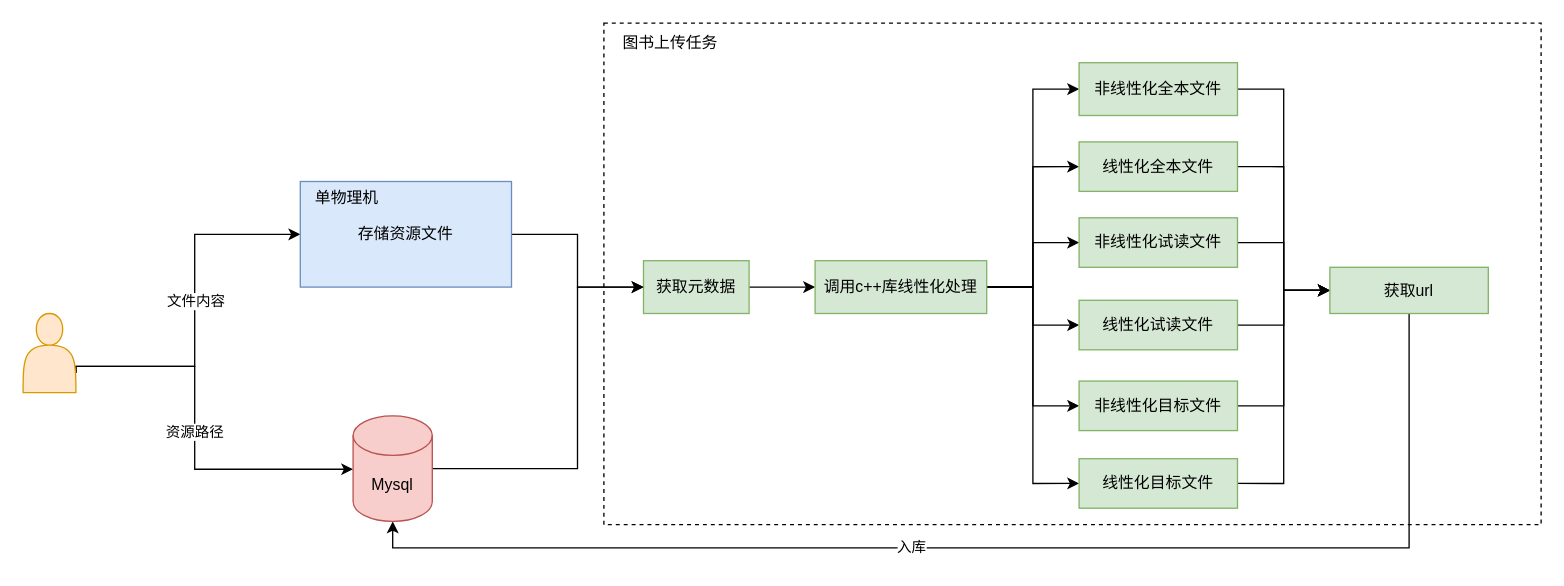
Earlier version of the draw.io diagram 图书上传任务流程.drawio (Floweryu/my-diagrams). Source tidied: cells renumbered, new cells numbered last; positions are measured from the earlier drawing's top-left corner, leaving out a move shared by most shapes. Both pictures are drawn from the tidied source at 132%, with x=0, y=0 at pixel (22, 22).
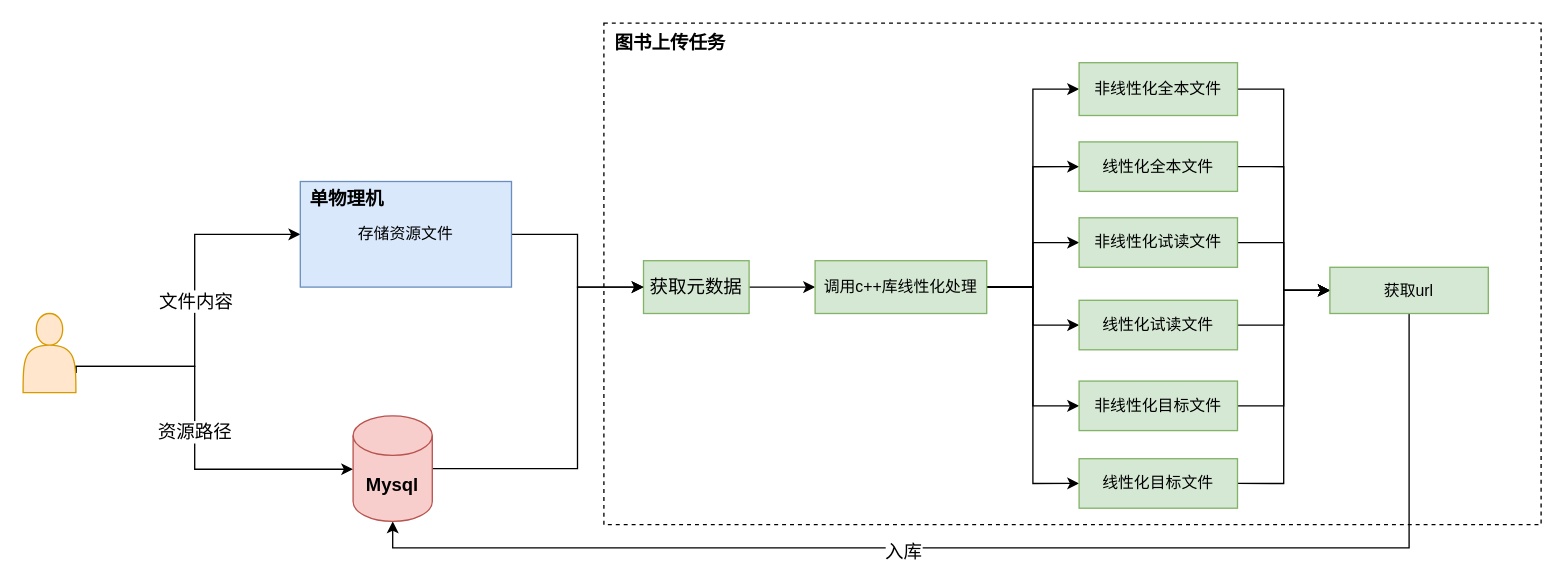
Above is the later version.

Commit message (it also covers changes not shown here):
更新图书上传任务流程.drawio

The change refers to these unchanged cells:
```xml
<mxCell id="3" style="edgeStyle=orthogonalEdgeStyle;rounded=0;jettySize=auto;html=1;exitX=1;exitY=0.75;exitDx=0;exitDy=0;entryX=0;entryY=0.5;entryDx=0;entryDy=0;" parent="1" edge="1" source="7" target="35">
  <mxGeometry relative="1" as="geometry">
    <Array as="points">
      <mxPoint x="40" y="260" />
      <mxPoint x="130" y="260" />
      <mxPoint x="130" y="160" />
    </Array>
  </mxGeometry>
</mxCell>
<mxCell id="5" style="edgeStyle=orthogonalEdgeStyle;rounded=0;jettySize=auto;html=1;exitX=1;exitY=0.75;exitDx=0;exitDy=0;" parent="1" edge="1" source="7" target="33">
  <mxGeometry relative="1" as="geometry">
    <Array as="points">
      <mxPoint x="40" y="260" />
      <mxPoint x="130" y="260" />
      <mxPoint x="130" y="338" />
    </Array>
  </mxGeometry>
</mxCell>
<mxCell id="29" style="edgeStyle=orthogonalEdgeStyle;rounded=0;jettySize=auto;html=1;exitX=0.5;exitY=1;exitDx=0;exitDy=0;entryX=0.5;entryY=1;entryDx=0;entryDy=0;entryPerimeter=0;" parent="1" edge="1" source="31" target="33">
  <mxGeometry relative="1" as="geometry" />
</mxCell>
```

The edit, as a diff of the source:
```diff
@@
-    <mxCell id="4" value="文件内容" style="edgeLabel;html=1;align=center;verticalAlign=middle;" parent="3" vertex="1">
+    <mxCell id="4" value="&lt;font style=&quot;font-size: 14px;&quot;&gt;文件内容&lt;/font&gt;" style="edgeLabel;html=1;align=center;verticalAlign=middle;" parent="3" vertex="1">
       <mxGeometry x="0.06" relative="1" as="geometry">
         <mxPoint y="1" as="offset" />
       </mxGeometry>
     </mxCell>
@@
-    <mxCell id="6" value="资源路径" style="edgeLabel;html=1;align=center;verticalAlign=middle;" parent="5" vertex="1">
+    <mxCell id="6" value="&lt;font style=&quot;font-size: 14px;&quot;&gt;资源路径&lt;/font&gt;" style="edgeLabel;html=1;align=center;verticalAlign=middle;" parent="5" vertex="1">
       <mxGeometry x="0.34" y="2" relative="1" as="geometry">
         <mxPoint x="-24" y="-27" as="offset" />
       </mxGeometry>
     </mxCell>
@@
-    <mxCell id="9" value="获取元数据" style="rounded=0;whiteSpace=wrap;html=1;fillColor=#d5e8d4;strokeColor=#82b366;" parent="1" vertex="1">
+    <mxCell id="9" value="&lt;font style=&quot;font-size: 14px;&quot;&gt;获取元数据&lt;/font&gt;" style="rounded=0;whiteSpace=wrap;html=1;fillColor=#d5e8d4;strokeColor=#82b366;" parent="1" vertex="1">
       <mxGeometry x="470" y="180" width="80" height="40" as="geometry" />
     </mxCell>
@@
-    <mxCell id="30" value="入库" style="edgeLabel;html=1;align=center;verticalAlign=middle;" parent="29" vertex="1">
+    <mxCell id="30" value="&lt;font style=&quot;font-size: 14px;&quot;&gt;入库&lt;/font&gt;" style="edgeLabel;html=1;align=center;verticalAlign=middle;" parent="29" vertex="1">
       <mxGeometry x="0.15" y="-1" relative="1" as="geometry">
-        <mxPoint x="1" as="offset" />
+        <mxPoint x="-5" y="4" as="offset" />
       </mxGeometry>
     </mxCell>
@@
-    <mxCell id="33" value="Mysql" style="shape=cylinder3;whiteSpace=wrap;html=1;boundedLbl=1;backgroundOutline=1;size=15;fillColor=#f8cecc;strokeColor=#b85450;" parent="1" vertex="1">
+    <mxCell id="33" value="&lt;font style=&quot;font-size: 14px;&quot;&gt;&lt;b&gt;Mysql&lt;/b&gt;&lt;/font&gt;" style="shape=cylinder3;whiteSpace=wrap;html=1;boundedLbl=1;backgroundOutline=1;size=15;fillColor=#f8cecc;strokeColor=#b85450;" parent="1" vertex="1">
       <mxGeometry x="250" y="297.5" width="60" height="80" as="geometry" />
     </mxCell>
@@
-    <mxCell id="36" value="单物理机" style="text;html=1;align=center;verticalAlign=middle;strokeColor=none;fillColor=none;" parent="1" vertex="1">
-      <mxGeometry x="210" y="117.5" width="70" height="30" as="geometry" />
+    <mxCell id="36" value="&lt;font style=&quot;font-size: 14px;&quot;&gt;&lt;b&gt;单物理机&lt;/b&gt;&lt;/font&gt;" style="text;html=1;align=center;verticalAlign=middle;strokeColor=none;fillColor=none;" parent="1" vertex="1">
+      <mxGeometry x="205" y="117.5" width="80" height="30" as="geometry" />
     </mxCell>
-    <mxCell id="37" value="图书上传任务" style="text;html=1;align=center;verticalAlign=middle;strokeColor=none;fillColor=none;" parent="1" vertex="1">
-      <mxGeometry x="440" width="100" height="30" as="geometry" />
+    <mxCell id="37" value="&lt;b&gt;&lt;font style=&quot;font-size: 14px;&quot;&gt;图书上传任务&lt;/font&gt;&lt;/b&gt;" style="text;html=1;align=center;verticalAlign=middle;strokeColor=none;fillColor=none;" parent="1" vertex="1">
+      <mxGeometry x="435" width="110" height="30" as="geometry" />
     </mxCell>
```
